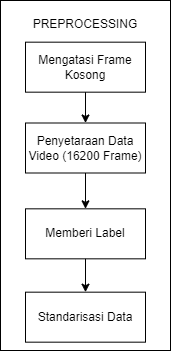
Before: gambar/preprocessing.png, a diagram exported from draw.io (AdritiaAlfianaM/BukuTA). Source tidied: cells renumbered, new cells last; positions are measured from the earlier drawing's top-left corner, leaving out a move shared by most shapes.
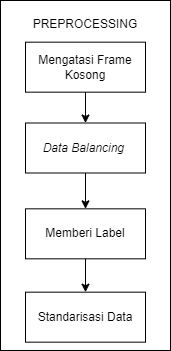
After the commit.

Change to the diagram source:
```diff
@@ -14,7 +14,7 @@
     <mxCell id="5" value="Mengatasi Frame Kosong" style="rounded=0;whiteSpace=wrap;html=1;" parent="3" vertex="1">
       <mxGeometry x="25" y="41.7" width="120" height="50" as="geometry" />
     </mxCell>
-    <mxCell id="6" value="Penyetaraan Data Video (16200 Frame)" style="rounded=0;whiteSpace=wrap;html=1;" parent="3" vertex="1">
+    <mxCell id="6" value="&lt;i&gt;Data Balancing&amp;nbsp;&lt;/i&gt;" style="rounded=0;whiteSpace=wrap;html=1;" parent="3" vertex="1">
       <mxGeometry x="25" y="122.5" width="120" height="50" as="geometry" />
     </mxCell>
     <mxCell id="7" value="Memberi Label" style="rounded=0;whiteSpace=wrap;html=1;" parent="3" vertex="1">
```
